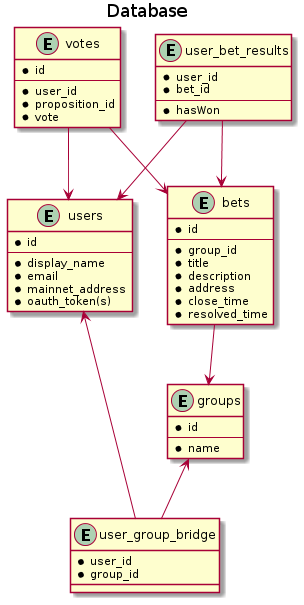
The PlantUML diagram docs/Diagrams/out/Database/database.png in adhurjaty/prediction-app, before a commit.
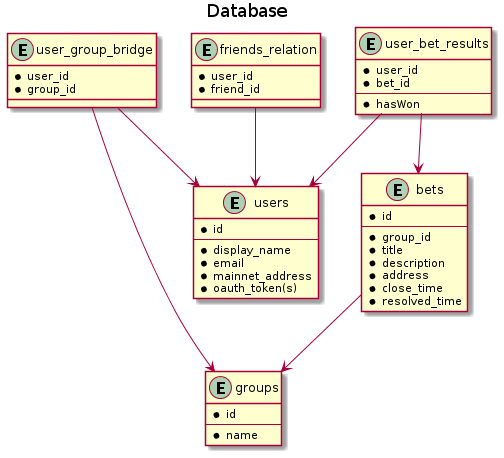
Later version of the same file.

Commit message:
further updates db diagram

Diff of the diagram source:
```diff
@@ -33,14 +33,6 @@
     * resolved_time
 }
 
-entity votes {
-    * id
-    ---
-    * user_id
-    * proposition_id
-    * vote
-}
-
 entity user_bet_results {
     * user_id
     * bet_id
@@ -48,12 +40,17 @@
     * hasWon
 }
 
-users <-- user_group_bridge
-groups <-- user_group_bridge
-bets --> groups
-votes --> users
-votes --> bets
+entity friends_relation {
+    * user_id
+    * friend_id
+}
+
+user_group_bridge --> users
+user_group_bridge --> groups
 user_bet_results --> users
 user_bet_results --> bets
+friends_relation --> users
+bets --> groups
+
 
 @enduml
```
